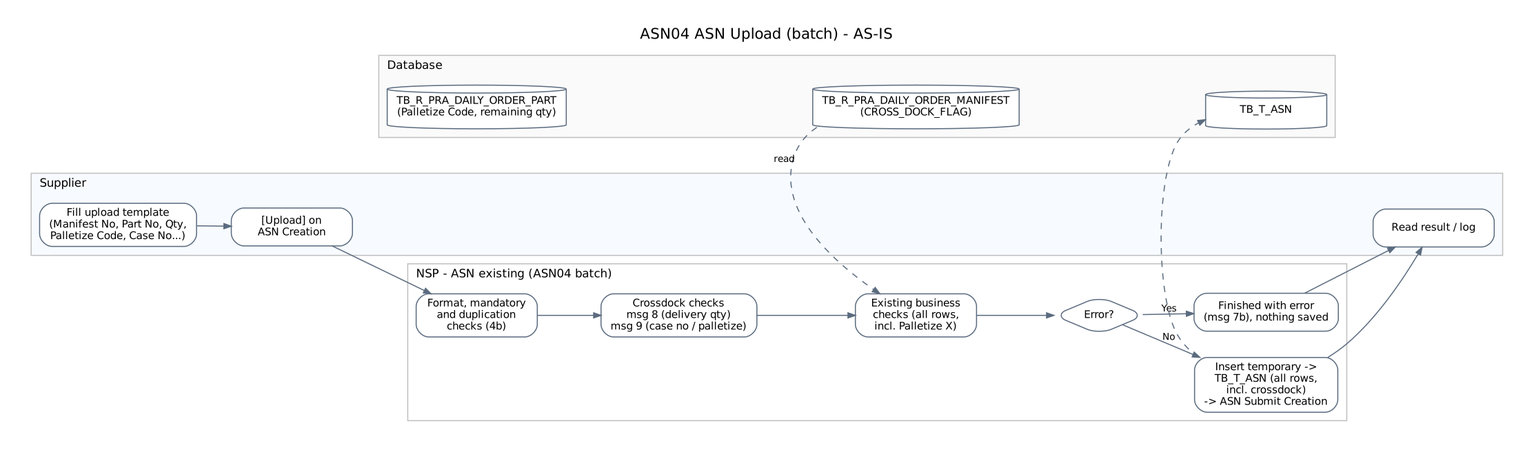
Above: deliverables/asn_existing/flow_img/asn04_as_is.png in ivanrayhannn/crossdockpoc (Graphviz), before the change. Its source is kept beside it as deliverables/asn_existing/flow_img/asn04_as_is.dot.
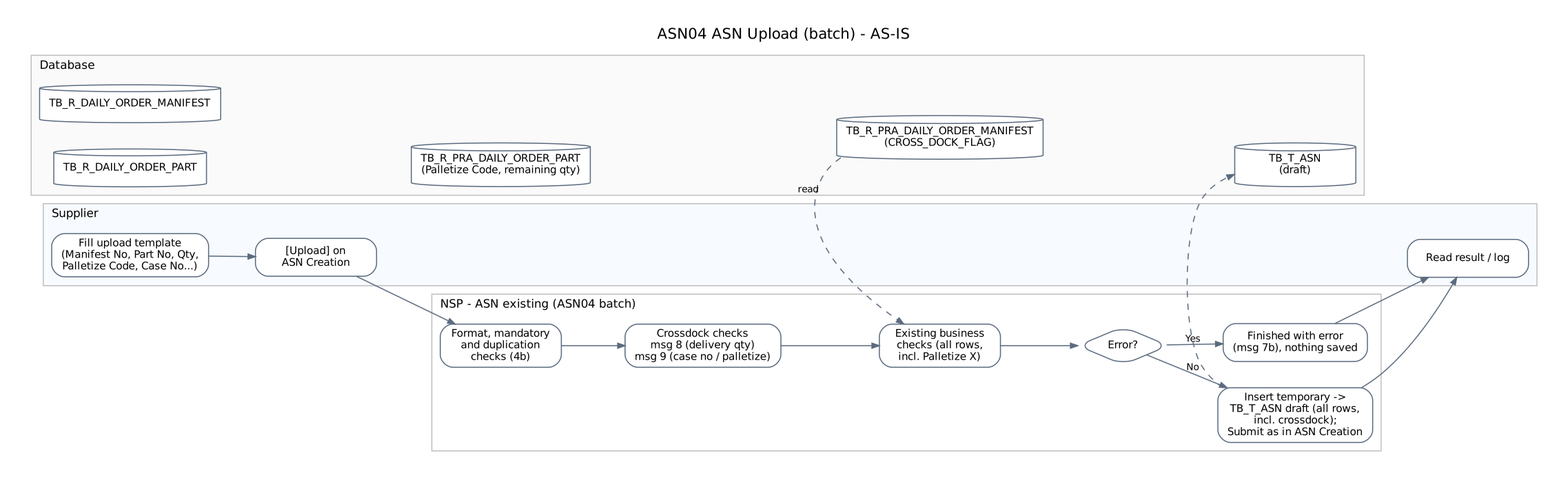
Later version of the same file.

The edit, as a diff of the source:
```diff
@@ -13,12 +13,14 @@
     b5 [label="Existing business\nchecks (all rows,\nincl. Palletize X)"];
     b6 [label="Error?", shape=diamond, width=1.2];
     b7 [label="Finished with error\n(msg 7b), nothing saved"];
-    b8 [label="Insert temporary ->\nTB_T_ASN (all rows,\nincl. crossdock)\n-> ASN Submit Creation"];
+    b8 [label="Insert temporary ->\nTB_T_ASN draft (all rows,\nincl. crossdock);\nSubmit as in ASN Creation"];
   }
   subgraph cluster_db { label="Database"; style="filled"; fillcolor="#FAFAFA"; color="#BFBFBF"; fontsize=11; labeljust=l;
     db_pm [shape=cylinder, label="TB_R_PRA_DAILY_ORDER_MANIFEST\n(CROSS_DOCK_FLAG)"];
     db_pp [shape=cylinder, label="TB_R_PRA_DAILY_ORDER_PART\n(Palletize Code, remaining qty)"];
-    db_asn [shape=cylinder, label="TB_T_ASN"];
+    db_asn [shape=cylinder, label="TB_T_ASN\n(draft)"];
+    db_dm [shape=cylinder, label="TB_R_DAILY_ORDER_MANIFEST"];
+    db_dp [shape=cylinder, label="TB_R_DAILY_ORDER_PART"];
   }
   s1 -> s2 -> b1 -> b4 -> b5 -> b6; b6 -> b7 [label="Yes"]; b6 -> b8 [label="No"]; b7 -> s3; b8 -> s3;
   db_pm -> b5 [style=dashed, label="read", constraint=false]; b8 -> db_asn [style=dashed, constraint=false];
```
